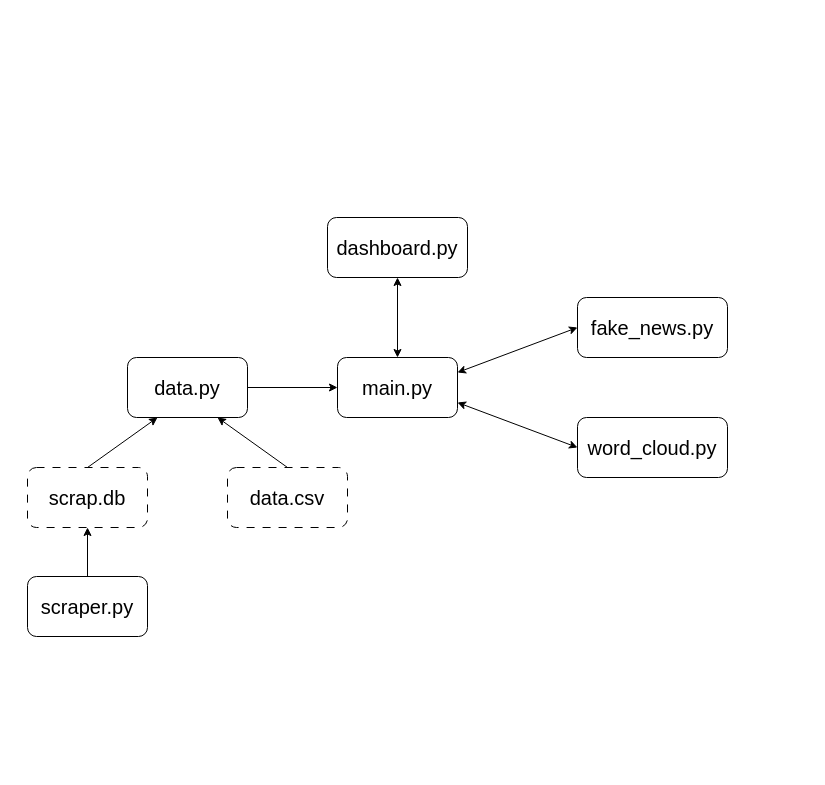
cypher1134/X-AE-A-12 keeps this draw.io diagram as doc/code_architecture.drawio. Above is the earlier version. Source tidied: cells renumbered, new cells numbered last; positions are measured from the earlier drawing's top-left corner, leaving out a move shared by most shapes. Both pictures are drawn from the tidied source at 100%, with x=0, y=0 at pixel (27, 217).
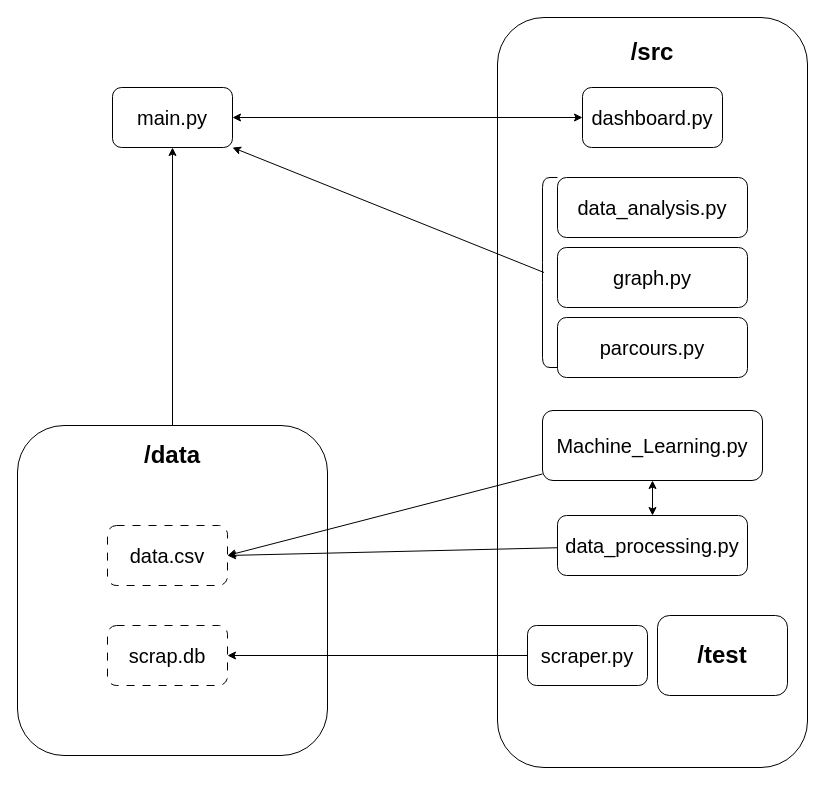
The same page after the edit.

What changed in the source:
```diff
@@
+    <mxCell id="17" style="rounded=1;whiteSpace=wrap;html=1;" parent="1" vertex="1">
+      <mxGeometry x="470" y="-200" width="310" height="750" as="geometry" />
+    </mxCell>
+    <mxCell id="18" style="rounded=1;whiteSpace=wrap;html=1;" parent="1" vertex="1">
+      <mxGeometry x="-10" y="208" width="310" height="330" as="geometry" />
+    </mxCell>
     <mxCell id="2" value="&lt;span style=&quot;font-size: 20px;&quot;&gt;main.py&lt;/span&gt;" style="rounded=1;whiteSpace=wrap;html=1;" parent="1" vertex="1">
-      <mxGeometry x="310" y="140" width="120" height="60" as="geometry" />
+      <mxGeometry x="85" y="-130" width="120" height="60" as="geometry" />
     </mxCell>
-    <mxCell id="3" value="&lt;font style=&quot;font-size: 20px;&quot;&gt;data.py&lt;/font&gt;" style="rounded=1;whiteSpace=wrap;html=1;" parent="1" vertex="1">
-      <mxGeometry x="100" y="140" width="120" height="60" as="geometry" />
-    </mxCell>
-    <mxCell id="4" style="endArrow=classic;html=1;rounded=0;exitX=1;exitY=0.5;exitDx=0;exitDy=0;entryX=0;entryY=0.5;entryDx=0;entryDy=0;" parent="1" edge="1" source="3" target="2">
-      <mxGeometry relative="1" as="geometry" />
-    </mxCell>
     <mxCell id="5" value="&lt;font style=&quot;font-size: 20px;&quot;&gt;scrap.db&lt;/font&gt;" style="rounded=1;whiteSpace=wrap;html=1;dashed=1;dashPattern=8 8;" parent="1" vertex="1">
-      <mxGeometry y="250" width="120" height="60" as="geometry" />
+      <mxGeometry x="80" y="408" width="120" height="60" as="geometry" />
     </mxCell>
     <mxCell id="6" value="&lt;font style=&quot;font-size: 20px;&quot;&gt;data.csv&lt;br&gt;&lt;/font&gt;" style="rounded=1;whiteSpace=wrap;html=1;dashed=1;dashPattern=8 8;" parent="1" vertex="1">
-      <mxGeometry x="200" y="250" width="120" height="60" as="geometry" />
+      <mxGeometry x="80" y="308" width="120" height="60" as="geometry" />
     </mxCell>
-    <mxCell id="7" style="endArrow=classic;html=1;rounded=0;exitX=0.5;exitY=0;exitDx=0;exitDy=0;entryX=0.25;entryY=1;entryDx=0;entryDy=0;" parent="1" edge="1" source="5" target="3">
-      <mxGeometry relative="1" as="geometry" />
-    </mxCell>
-    <mxCell id="8" style="endArrow=classic;html=1;rounded=0;exitX=0.5;exitY=0;exitDx=0;exitDy=0;entryX=0.75;entryY=1;entryDx=0;entryDy=0;" parent="1" edge="1" source="6" target="3">
-      <mxGeometry relative="1" as="geometry" />
-    </mxCell>
     <mxCell id="9" value="&lt;font style=&quot;font-size: 20px;&quot;&gt;scraper.py&lt;/font&gt;" style="rounded=1;whiteSpace=wrap;html=1;" parent="1" vertex="1">
-      <mxGeometry y="359" width="120" height="60" as="geometry" />
+      <mxGeometry x="500" y="408" width="120" height="60" as="geometry" />
     </mxCell>
+    <mxCell id="11" value="&lt;span style=&quot;font-size: 20px;&quot;&gt;dashboard.py&lt;/span&gt;" style="rounded=1;whiteSpace=wrap;html=1;" parent="1" vertex="1">
+      <mxGeometry x="555" y="-130" width="140" height="60" as="geometry" />
+    </mxCell>
+    <mxCell id="14" value="&lt;span style=&quot;font-size: 20px;&quot;&gt;data_processing.py&lt;/span&gt;" style="rounded=1;whiteSpace=wrap;html=1;" parent="1" vertex="1">
+      <mxGeometry x="530" y="298" width="190" height="60" as="geometry" />
+    </mxCell>
+    <mxCell id="19" value="&lt;font style=&quot;font-size: 24px;&quot;&gt;&lt;b&gt;/data&lt;/b&gt;&lt;/font&gt;" style="text;html=1;strokeColor=none;fillColor=none;align=center;verticalAlign=middle;whiteSpace=wrap;rounded=0;" parent="1" vertex="1">
+      <mxGeometry x="115" y="223" width="60" height="30" as="geometry" />
+    </mxCell>
+    <mxCell id="20" value="&lt;font style=&quot;font-size: 24px;&quot;&gt;&lt;b&gt;/src&lt;/b&gt;&lt;/font&gt;" style="text;html=1;strokeColor=none;fillColor=none;align=center;verticalAlign=middle;whiteSpace=wrap;rounded=0;" parent="1" vertex="1">
+      <mxGeometry x="595" y="-180" width="60" height="30" as="geometry" />
+    </mxCell>
+    <mxCell id="21" style="endArrow=classic;html=1;rounded=0;entryX=1;entryY=0.5;entryDx=0;entryDy=0;" parent="1" edge="1" source="14" target="6">
+      <mxGeometry relative="1" as="geometry" />
+    </mxCell>
-    <mxCell id="10" style="endArrow=classic;html=1;rounded=0;exitX=0.5;exitY=0;exitDx=0;exitDy=0;entryX=0.5;entryY=1;entryDx=0;entryDy=0;" parent="1" edge="1" source="9" target="5">
+    <mxCell id="10" style="endArrow=classic;html=1;rounded=0;entryX=1;entryY=0.5;entryDx=0;entryDy=0;" parent="1" edge="1" source="9" target="5">
       <mxGeometry relative="1" as="geometry" />
     </mxCell>
-    <mxCell id="11" value="&lt;span style=&quot;font-size: 20px;&quot;&gt;dashboard.py&lt;/span&gt;" style="rounded=1;whiteSpace=wrap;html=1;" parent="1" vertex="1">
-      <mxGeometry x="300" width="140" height="60" as="geometry" />
-    </mxCell>
+    <mxCell id="22" value="&lt;span style=&quot;font-size: 20px;&quot;&gt;Machine_Learning.py&lt;/span&gt;" style="rounded=1;whiteSpace=wrap;html=1;" parent="1" vertex="1">
+      <mxGeometry x="515" y="193" width="220" height="70" as="geometry" />
+    </mxCell>
+    <mxCell id="23" style="endArrow=classic;html=1;rounded=0;entryX=1;entryY=0.5;entryDx=0;entryDy=0;" parent="1" edge="1" source="22" target="6">
+      <mxGeometry relative="1" as="geometry" />
+    </mxCell>
+    <mxCell id="24" style="endArrow=classic;startArrow=classic;html=1;rounded=0;entryX=0.5;entryY=1;entryDx=0;entryDy=0;exitX=0.5;exitY=0;exitDx=0;exitDy=0;" parent="1" edge="1" source="14" target="22">
+      <mxGeometry relative="1" as="geometry" />
+    </mxCell>
+    <mxCell id="25" style="endArrow=classic;html=1;rounded=0;exitX=0.5;exitY=0;exitDx=0;exitDy=0;entryX=0.5;entryY=1;entryDx=0;entryDy=0;" parent="1" edge="1" source="18" target="2">
+      <mxGeometry relative="1" as="geometry" />
+    </mxCell>
+    <mxCell id="26" style="rounded=1;whiteSpace=wrap;html=1;" parent="1" vertex="1">
+      <mxGeometry x="630" y="398" width="130" height="80" as="geometry" />
+    </mxCell>
+    <mxCell id="27" value="&lt;font style=&quot;font-size: 24px;&quot;&gt;&lt;b&gt;/test&lt;/b&gt;&lt;/font&gt;" style="text;html=1;strokeColor=none;fillColor=none;align=center;verticalAlign=middle;whiteSpace=wrap;rounded=0;" parent="1" vertex="1">
+      <mxGeometry x="665" y="423" width="60" height="30" as="geometry" />
+    </mxCell>
+    <mxCell id="28" value="&lt;span style=&quot;font-size: 20px;&quot;&gt;data_analysis.py&lt;/span&gt;" style="rounded=1;whiteSpace=wrap;html=1;" parent="1" vertex="1">
+      <mxGeometry x="530" y="-40" width="190" height="60" as="geometry" />
+    </mxCell>
-    <mxCell id="12" style="endArrow=classic;startArrow=classic;html=1;rounded=0;exitX=0.5;exitY=0;exitDx=0;exitDy=0;entryX=0.5;entryY=1;entryDx=0;entryDy=0;" parent="1" edge="1" source="2" target="11">
+    <mxCell id="12" style="endArrow=classic;startArrow=classic;html=1;rounded=0;entryX=0;entryY=0.5;entryDx=0;entryDy=0;exitX=1;exitY=0.5;exitDx=0;exitDy=0;" parent="1" edge="1" source="2" target="11">
       <mxGeometry relative="1" as="geometry" />
     </mxCell>
-    <mxCell id="13" value="&lt;span style=&quot;font-size: 20px;&quot;&gt;fake_news.py&lt;/span&gt;" style="rounded=1;whiteSpace=wrap;html=1;" parent="1" vertex="1">
-      <mxGeometry x="550" y="80" width="150" height="60" as="geometry" />
-    </mxCell>
-    <mxCell id="14" value="&lt;span style=&quot;font-size: 20px;&quot;&gt;word_cloud.py&lt;/span&gt;" style="rounded=1;whiteSpace=wrap;html=1;" parent="1" vertex="1">
-      <mxGeometry x="550" y="200" width="150" height="60" as="geometry" />
-    </mxCell>
-    <mxCell id="15" style="endArrow=classic;startArrow=classic;html=1;rounded=0;entryX=0;entryY=0.5;entryDx=0;entryDy=0;exitX=1;exitY=0.25;exitDx=0;exitDy=0;" parent="1" edge="1" source="2" target="13">
-      <mxGeometry relative="1" as="geometry" />
-    </mxCell>
-    <mxCell id="16" style="endArrow=classic;startArrow=classic;html=1;rounded=0;entryX=0;entryY=0.5;entryDx=0;entryDy=0;exitX=1;exitY=0.75;exitDx=0;exitDy=0;" parent="1" edge="1" source="2" target="14">
-      <mxGeometry relative="1" as="geometry" />
-    </mxCell>
+    <mxCell id="29" value="&lt;span style=&quot;font-size: 20px;&quot;&gt;graph.py&lt;/span&gt;" style="rounded=1;whiteSpace=wrap;html=1;" parent="1" vertex="1">
+      <mxGeometry x="530" y="30" width="190" height="60" as="geometry" />
+    </mxCell>
+    <mxCell id="30" value="&lt;span style=&quot;font-size: 20px;&quot;&gt;parcours.py&lt;/span&gt;" style="rounded=1;whiteSpace=wrap;html=1;" parent="1" vertex="1">
+      <mxGeometry x="530" y="100" width="190" height="60" as="geometry" />
+    </mxCell>
+    <mxCell id="31" style="shape=curlyBracket;whiteSpace=wrap;html=1;rounded=1;labelPosition=left;verticalLabelPosition=middle;align=right;verticalAlign=middle;size=0;" parent="1" vertex="1">
+      <mxGeometry x="515" y="-40" width="15" height="190" as="geometry" />
+    </mxCell>
+    <mxCell id="32" style="endArrow=classic;html=1;rounded=0;exitX=0.1;exitY=0.5;exitDx=0;exitDy=0;entryX=1;entryY=1;entryDx=0;entryDy=0;exitPerimeter=0;" parent="1" edge="1" source="31" target="2">
+      <mxGeometry relative="1" as="geometry" />
+    </mxCell>
```
